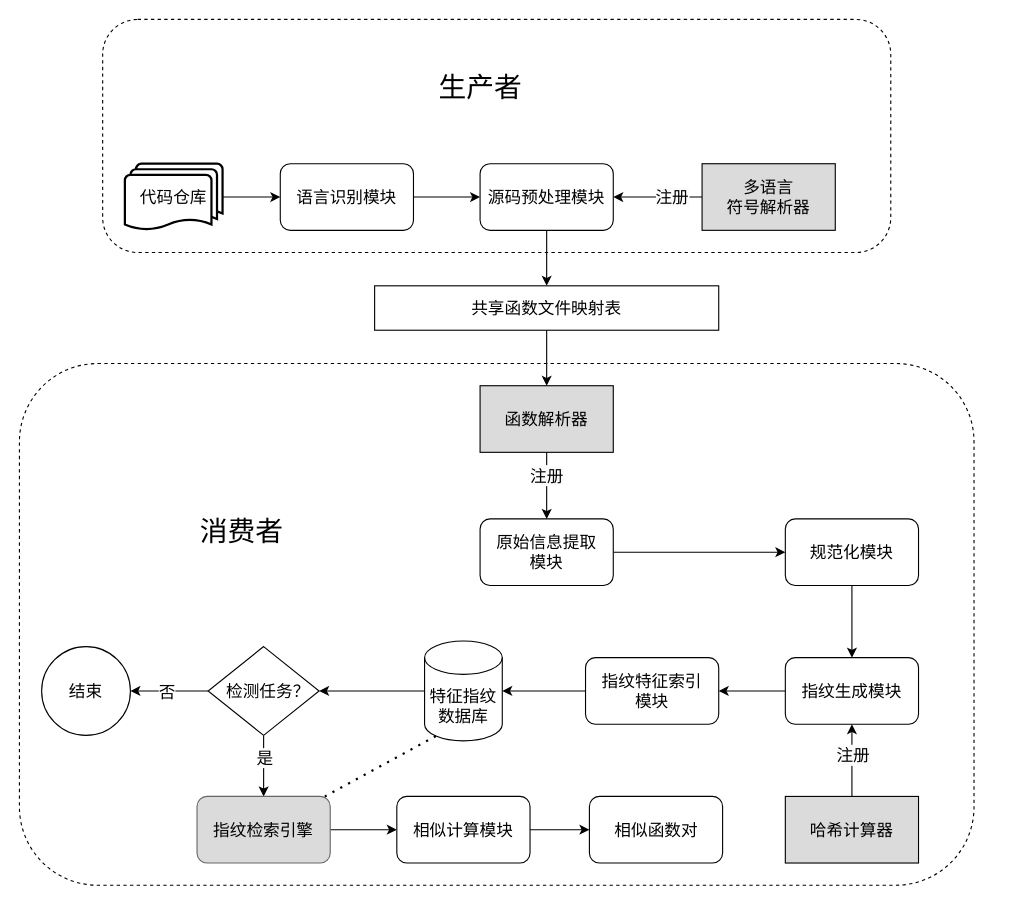
Above: 系统实现图-生产消费者.drawio in wanghaoxu001/cloudimg (draw.io), before the change. Source tidied: cells renumbered, new cells numbered last; positions are measured from the earlier drawing's top-left corner, leaving out a move shared by most shapes. Both pictures are drawn from the tidied source at 111%, with x=0, y=0 at pixel (19, 19).
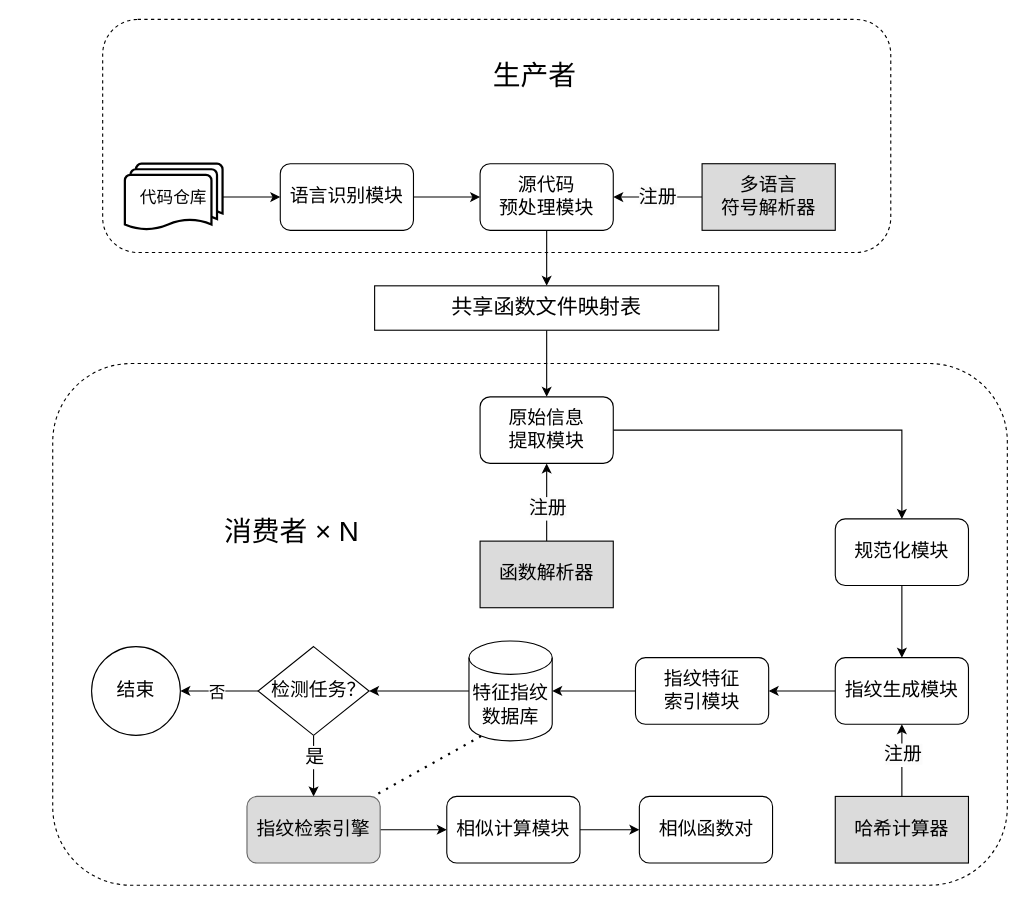
The same diagram, later.

Commit message:
更新系统实现图-生产消费者.drawio

The change refers to these unchanged cells:
```xml
<mxCell id="20" style="edgeStyle=orthogonalEdgeStyle;rounded=0;jettySize=auto;html=1;" parent="1" edge="1" source="22" target="25">
  <mxGeometry relative="1" as="geometry" />
</mxCell>
<mxCell id="29" style="edgeStyle=none;rounded=0;jettySize=auto;html=1;" parent="1" edge="1" source="31" target="7">
  <mxGeometry relative="1" as="geometry" />
</mxCell>
<mxCell id="32" style="edgeStyle=none;rounded=0;jettySize=auto;html=1;" parent="1" edge="1" source="34" target="9">
  <mxGeometry relative="1" as="geometry" />
</mxCell>
<mxCell id="35" style="edgeStyle=none;rounded=0;jettySize=auto;html=1;" parent="1" edge="1" source="37" target="13">
  <mxGeometry relative="1" as="geometry" />
</mxCell>
```

Change to the diagram source:
```diff
@@
     <mxCell id="2" style="rounded=1;whiteSpace=wrap;html=1;dashed=1;" parent="1" vertex="1">
-      <mxGeometry y="310" width="860" height="470" as="geometry" />
+      <mxGeometry x="30" y="310" width="860" height="470" as="geometry" />
     </mxCell>
@@
-    <mxCell id="5" value="语言识别模块" style="rounded=1;whiteSpace=wrap;html=1;fontSize=15;" parent="1" vertex="1">
+    <mxCell id="5" value="语言识别模块" style="rounded=1;whiteSpace=wrap;html=1;fontSize=17;" parent="1" vertex="1">
       <mxGeometry x="235" y="130" width="120" height="60" as="geometry" />
     </mxCell>
@@
-    <mxCell id="7" value="源码预处理模块" style="rounded=1;whiteSpace=wrap;html=1;fontSize=15;" parent="1" vertex="1">
+    <mxCell id="7" value="源代码&lt;br&gt;预处理模块" style="rounded=1;whiteSpace=wrap;html=1;fontSize=17;" parent="1" vertex="1">
       <mxGeometry x="415" y="130" width="120" height="60" as="geometry" />
     </mxCell>
@@
-    <mxCell id="9" value="原始信息提取&lt;br&gt;模块" style="rounded=1;whiteSpace=wrap;html=1;fontSize=15;" parent="1" vertex="1">
-      <mxGeometry x="415" y="450" width="120" height="60" as="geometry" />
+    <mxCell id="9" value="原始信息&lt;br&gt;提取模块" style="rounded=1;whiteSpace=wrap;html=1;fontSize=17;" parent="1" vertex="1">
+      <mxGeometry x="415" y="340" width="120" height="60" as="geometry" />
     </mxCell>
@@
-    <mxCell id="11" value="规范化模块" style="rounded=1;whiteSpace=wrap;html=1;fontSize=15;" parent="1" vertex="1">
-      <mxGeometry x="690" y="450" width="120" height="60" as="geometry" />
+    <mxCell id="11" value="规范化模块" style="rounded=1;whiteSpace=wrap;html=1;fontSize=17;" parent="1" vertex="1">
+      <mxGeometry x="735" y="450" width="120" height="60" as="geometry" />
     </mxCell>
@@
-    <mxCell id="13" value="指纹生成模块" style="rounded=1;whiteSpace=wrap;html=1;fontSize=15;" parent="1" vertex="1">
-      <mxGeometry x="690" y="575" width="120" height="60" as="geometry" />
+    <mxCell id="13" value="指纹生成模块" style="rounded=1;whiteSpace=wrap;html=1;fontSize=17;" parent="1" vertex="1">
+      <mxGeometry x="735" y="575" width="120" height="60" as="geometry" />
     </mxCell>
@@
-    <mxCell id="15" value="&lt;font style=&quot;font-size: 15px;&quot;&gt;指纹特征索引&lt;br&gt;模块&lt;/font&gt;" style="rounded=1;whiteSpace=wrap;html=1;fontSize=14;" parent="1" vertex="1">
-      <mxGeometry x="510" y="575" width="120" height="60" as="geometry" />
+    <mxCell id="15" value="&lt;font style=&quot;font-size: 17px;&quot;&gt;指纹特征&lt;br&gt;索引模块&lt;/font&gt;" style="rounded=1;whiteSpace=wrap;html=1;fontSize=17;" parent="1" vertex="1">
+      <mxGeometry x="555" y="575" width="120" height="60" as="geometry" />
     </mxCell>
@@
-    <mxCell id="17" value="特征指纹数据库" style="shape=cylinder3;whiteSpace=wrap;html=1;boundedLbl=1;backgroundOutline=1;size=15;fontSize=15;" parent="1" vertex="1">
-      <mxGeometry x="365" y="560" width="70" height="90" as="geometry" />
+    <mxCell id="17" value="特征指纹数据库" style="shape=cylinder3;whiteSpace=wrap;html=1;boundedLbl=1;backgroundOutline=1;size=15;fontSize=17;" parent="1" vertex="1">
+      <mxGeometry x="405" y="560" width="75" height="90" as="geometry" />
     </mxCell>
@@
-    <mxCell id="21" value="是" style="edgeLabel;html=1;align=center;verticalAlign=middle;fontSize=15;" parent="20" vertex="1">
+    <mxCell id="21" value="是" style="edgeLabel;html=1;align=center;verticalAlign=middle;fontSize=17;" parent="20" vertex="1">
       <mxGeometry x="-0.3" relative="1" as="geometry" />
     </mxCell>
-    <mxCell id="22" value="&amp;nbsp; 检测任务？" style="rhombus;whiteSpace=wrap;html=1;fontSize=15;" parent="1" vertex="1">
-      <mxGeometry x="170" y="565" width="100" height="80" as="geometry" />
+    <mxCell id="22" value="&amp;nbsp; 检测任务？" style="rhombus;whiteSpace=wrap;html=1;fontSize=17;" parent="1" vertex="1">
+      <mxGeometry x="215" y="565" width="100" height="80" as="geometry" />
     </mxCell>
-    <mxCell id="23" value="结束" style="ellipse;whiteSpace=wrap;html=1;fontSize=15;" parent="1" vertex="1">
-      <mxGeometry x="20" y="565" width="80" height="80" as="geometry" />
+    <mxCell id="23" value="结束" style="ellipse;whiteSpace=wrap;html=1;fontSize=17;" parent="1" vertex="1">
+      <mxGeometry x="65" y="565" width="80" height="80" as="geometry" />
     </mxCell>
@@
-    <mxCell id="25" value="指纹检索引擎" style="rounded=1;whiteSpace=wrap;html=1;fillColor=#DBDBDB;strokeColor=#666666;gradientColor=none;fontSize=15;" parent="1" vertex="1">
-      <mxGeometry x="160" y="700" width="120" height="60" as="geometry" />
+    <mxCell id="25" value="指纹检索引擎" style="rounded=1;whiteSpace=wrap;html=1;fillColor=#DBDBDB;strokeColor=#666666;gradientColor=none;fontSize=17;" parent="1" vertex="1">
+      <mxGeometry x="205" y="700" width="120" height="60" as="geometry" />
     </mxCell>
@@
-    <mxCell id="27" value="相似计算模块" style="rounded=1;whiteSpace=wrap;html=1;fontSize=15;" parent="1" vertex="1">
-      <mxGeometry x="340" y="700" width="120" height="60" as="geometry" />
+    <mxCell id="27" value="相似计算模块" style="rounded=1;whiteSpace=wrap;html=1;fontSize=17;" parent="1" vertex="1">
+      <mxGeometry x="385" y="700" width="120" height="60" as="geometry" />
     </mxCell>
@@
-    <mxCell id="30" value="&lt;span style=&quot;font-size: 15px; background-color: rgb(251, 251, 251);&quot;&gt;注册&lt;/span&gt;" style="edgeLabel;html=1;align=center;verticalAlign=middle;fontSize=15;" parent="29" vertex="1">
-      <mxGeometry x="-0.3" y="-1" relative="1" as="geometry" />
+    <mxCell id="30" value="&lt;span style=&quot;font-size: 17px; background-color: rgb(251, 251, 251);&quot;&gt;注册&lt;/span&gt;" style="edgeLabel;html=1;align=center;verticalAlign=middle;fontSize=17;" parent="29" vertex="1">
+      <mxGeometry x="-0.3" y="-1" relative="1" as="geometry">
+        <mxPoint x="-13" y="1" as="offset" />
+      </mxGeometry>
     </mxCell>
-    <mxCell id="31" value="&lt;font style=&quot;font-size: 15px;&quot;&gt;多语言&lt;br&gt;符号解析器&lt;br&gt;&lt;/font&gt;" style="rounded=0;whiteSpace=wrap;html=1;fillColor=#DBDBDB;" parent="1" vertex="1">
+    <mxCell id="31" value="&lt;font style=&quot;font-size: 17px;&quot;&gt;多语言&lt;br&gt;符号解析器&lt;br&gt;&lt;/font&gt;" style="rounded=0;whiteSpace=wrap;html=1;fillColor=#DBDBDB;" parent="1" vertex="1">
       <mxGeometry x="615" y="130" width="120" height="60" as="geometry" />
     </mxCell>
@@
-    <mxCell id="33" value="&lt;span style=&quot;background-color: rgb(251, 251, 251);&quot;&gt;&lt;font style=&quot;font-size: 15px;&quot;&gt;注册&lt;/font&gt;&lt;/span&gt;" style="edgeLabel;html=1;align=center;verticalAlign=middle;fontSize=16;" parent="32" vertex="1">
-      <mxGeometry x="-0.35" y="-1" relative="1" as="geometry" />
+    <mxCell id="33" value="&lt;span style=&quot;background-color: rgb(251, 251, 251); font-size: 17px;&quot;&gt;&lt;font style=&quot;font-size: 17px;&quot;&gt;注册&lt;/font&gt;&lt;/span&gt;" style="edgeLabel;html=1;align=center;verticalAlign=middle;fontSize=17;" parent="32" vertex="1">
+      <mxGeometry x="-0.35" y="-1" relative="1" as="geometry">
+        <mxPoint x="-1" y="-7" as="offset" />
+      </mxGeometry>
     </mxCell>
-    <mxCell id="34" value="函数解析器" style="rounded=0;whiteSpace=wrap;html=1;fillColor=#DBDBDB;fontSize=15;" parent="1" vertex="1">
-      <mxGeometry x="415" y="330" width="120" height="60" as="geometry" />
+    <mxCell id="34" value="函数解析器" style="rounded=0;whiteSpace=wrap;html=1;fillColor=#DBDBDB;fontSize=17;" parent="1" vertex="1">
+      <mxGeometry x="415" y="470" width="120" height="60" as="geometry" />
     </mxCell>
@@
-    <mxCell id="36" value="&lt;span style=&quot;background-color: rgb(251, 251, 251);&quot;&gt;&lt;font style=&quot;font-size: 15px;&quot;&gt;注册&lt;/font&gt;&lt;/span&gt;" style="edgeLabel;html=1;align=center;verticalAlign=middle;fontSize=16;" parent="35" vertex="1">
+    <mxCell id="36" value="&lt;span style=&quot;background-color: rgb(251, 251, 251); font-size: 17px;&quot;&gt;&lt;font style=&quot;font-size: 17px;&quot;&gt;注册&lt;/font&gt;&lt;/span&gt;" style="edgeLabel;html=1;align=center;verticalAlign=middle;fontSize=17;" parent="35" vertex="1">
       <mxGeometry x="0.2" y="-1" relative="1" as="geometry">
         <mxPoint x="-1" y="1" as="offset" />
       </mxGeometry>
     </mxCell>
-    <mxCell id="37" value="哈希计算器" style="rounded=0;whiteSpace=wrap;html=1;fillColor=#DBDBDB;fontSize=15;" parent="1" vertex="1">
-      <mxGeometry x="690" y="700" width="120" height="60" as="geometry" />
+    <mxCell id="37" value="哈希计算器" style="rounded=0;whiteSpace=wrap;html=1;fillColor=#DBDBDB;fontSize=17;" parent="1" vertex="1">
+      <mxGeometry x="735" y="700" width="120" height="60" as="geometry" />
     </mxCell>
-    <mxCell id="38" value="相似函数对" style="rounded=1;whiteSpace=wrap;html=1;fontSize=15;" parent="1" vertex="1">
-      <mxGeometry x="513.5" y="700" width="120" height="60" as="geometry" />
+    <mxCell id="38" value="相似函数对" style="rounded=1;whiteSpace=wrap;html=1;fontSize=17;" parent="1" vertex="1">
+      <mxGeometry x="558.5" y="700" width="120" height="60" as="geometry" />
     </mxCell>
@@
-    <mxCell id="41" value="&lt;font style=&quot;font-size: 25px;&quot;&gt;消费者&lt;/font&gt;" style="text;html=1;align=center;verticalAlign=middle;strokeColor=none;fillColor=none;" parent="1" vertex="1">
-      <mxGeometry x="150" y="440" width="100" height="40" as="geometry" />
+    <mxCell id="41" value="&lt;font style=&quot;font-size: 25px;&quot;&gt;消费者 × N&lt;/font&gt;" style="text;html=1;align=center;verticalAlign=middle;strokeColor=none;fillColor=none;" parent="1" vertex="1">
+      <mxGeometry x="170" y="440" width="150" height="40" as="geometry" />
     </mxCell>
     <mxCell id="42" value="&lt;font style=&quot;font-size: 25px;&quot;&gt;生产者&lt;/font&gt;" style="text;html=1;align=center;verticalAlign=middle;strokeColor=none;fillColor=none;" parent="1" vertex="1">
-      <mxGeometry x="365" y="40" width="100" height="40" as="geometry" />
+      <mxGeometry x="414" y="30" width="100" height="40" as="geometry" />
     </mxCell>
-    <mxCell id="43" style="edgeStyle=orthogonalEdgeStyle;rounded=0;jettySize=auto;html=1;" parent="1" edge="1" source="44" target="34">
-      <mxGeometry relative="1" as="geometry" />
-    </mxCell>
+    <mxCell id="45" style="edgeStyle=orthogonalEdgeStyle;rounded=0;jettySize=auto;html=1;" parent="1" edge="1" source="44" target="9">
+      <mxGeometry relative="1" as="geometry" />
+    </mxCell>
-    <mxCell id="44" value="&lt;font style=&quot;font-size: 15px;&quot;&gt;共享函数文件映射表&lt;/font&gt;" style="rounded=0;whiteSpace=wrap;html=1;" parent="1" vertex="1">
+    <mxCell id="44" value="&lt;font style=&quot;font-size: 19px;&quot;&gt;共享函数文件映射表&lt;/font&gt;" style="rounded=0;whiteSpace=wrap;html=1;fontSize=19;" parent="1" vertex="1">
       <mxGeometry x="320" y="240" width="310" height="40" as="geometry" />
     </mxCell>
```
